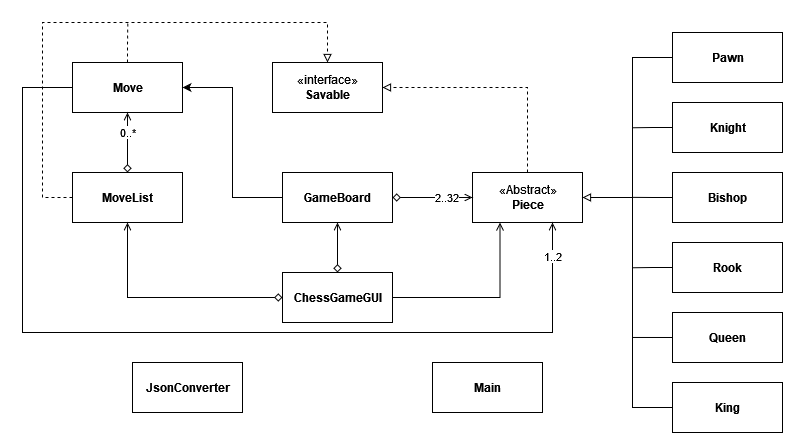
DanielZhang199/ChessBoard keeps this draw.io diagram as UML_Design_Diagram.png. Above is the earlier version. Source tidied: cells renumbered, new cells last; positions are measured from the earlier drawing's top-left corner, leaving out a move shared by most shapes.
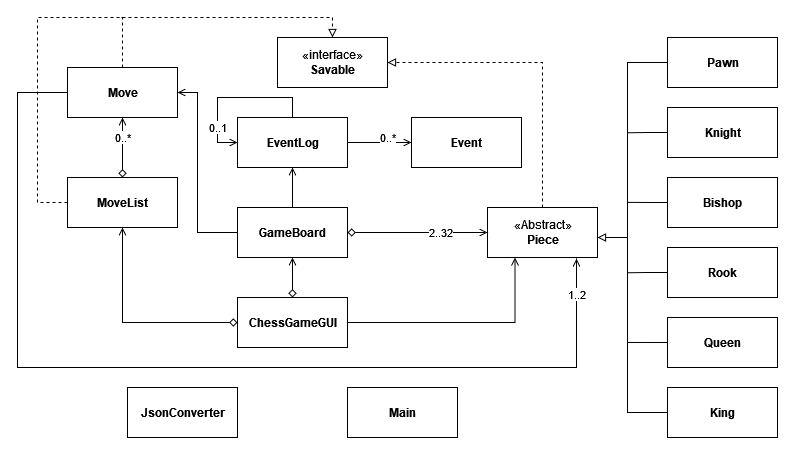
The same file after the commit.

Commit message:
Added comments to Event and EventLog. Updated UML diagram as they were initially omitted (and one of the arrows was slightly different in shape). Fixed issues with checkstyle.

The edit, as a diff of the source:
```diff
@@ -2,21 +2,21 @@
   <root>
     <mxCell id="0" />
     <mxCell id="1" parent="0" />
-    <mxCell id="2" style="edgeStyle=orthogonalEdgeStyle;rounded=0;jettySize=auto;html=1;entryX=1;entryY=0.5;entryDx=0;entryDy=0;startArrow=none;startFill=0;endArrow=block;endFill=0;dashed=1;" parent="1" edge="1" source="3" target="30">
+    <mxCell id="2" style="edgeStyle=orthogonalEdgeStyle;rounded=0;jettySize=auto;html=1;entryX=1;entryY=0.5;entryDx=0;entryDy=0;startArrow=none;startFill=0;endArrow=block;endFill=0;dashed=1;exitX=0.5;exitY=0;exitDx=0;exitDy=0;" parent="1" edge="1" source="3" target="30">
       <mxGeometry relative="1" as="geometry">
         <Array as="points">
-          <mxPoint x="505" y="65" />
+          <mxPoint x="525" y="35" />
         </Array>
       </mxGeometry>
     </mxCell>
     <mxCell id="3" value="&lt;div&gt;«Abstract»&lt;b&gt;&lt;br&gt;&lt;/b&gt;&lt;/div&gt;&lt;div&gt;&lt;b&gt;Piece&lt;/b&gt;&lt;/div&gt;" style="html=1;" parent="1" vertex="1">
-      <mxGeometry x="450" y="150" width="110" height="50" as="geometry" />
+      <mxGeometry x="470" y="180" width="110" height="50" as="geometry" />
     </mxCell>
     <mxCell id="4" style="edgeStyle=orthogonalEdgeStyle;rounded=0;jettySize=auto;html=1;exitX=0;exitY=0.5;exitDx=0;exitDy=0;startArrow=none;startFill=0;endArrow=block;endFill=0;" parent="1" edge="1" source="5" target="3">
       <mxGeometry relative="1" as="geometry">
         <Array as="points">
           <mxPoint x="610" y="35" />
-          <mxPoint x="610" y="175" />
+          <mxPoint x="610" y="210" />
         </Array>
       </mxGeometry>
     </mxCell>
@@ -68,16 +68,19 @@
     </mxCell>
     <mxCell id="17" style="edgeStyle=orthogonalEdgeStyle;rounded=0;jettySize=auto;html=1;exitX=0.5;exitY=0;exitDx=0;exitDy=0;dashed=1;startArrow=none;startFill=0;endArrow=none;endFill=0;" parent="1" edge="1" source="19">
       <mxGeometry relative="1" as="geometry">
-        <mxPoint x="105.3" as="targetPoint" />
+        <mxPoint x="100" y="-10" as="targetPoint" />
+        <Array as="points">
+          <mxPoint x="105" y="-10" />
+        </Array>
       </mxGeometry>
     </mxCell>
-    <mxCell id="18" value="&lt;div&gt;1..2&lt;/div&gt;" style="edgeStyle=orthogonalEdgeStyle;rounded=0;jettySize=auto;html=1;startArrow=none;startFill=0;endArrow=open;endFill=0;exitX=0;exitY=0.5;exitDx=0;exitDy=0;" parent="1" edge="1" source="19">
+    <mxCell id="18" value="&lt;div&gt;1..2&lt;/div&gt;" style="edgeStyle=orthogonalEdgeStyle;rounded=0;jettySize=auto;html=1;startArrow=none;startFill=0;endArrow=open;endFill=0;exitX=0;exitY=0.5;exitDx=0;exitDy=0;entryX=0.805;entryY=1.023;entryDx=0;entryDy=0;entryPerimeter=0;" parent="1" edge="1" source="19" target="3">
       <mxGeometry x="0.93" relative="1" as="geometry">
-        <mxPoint x="530" y="200" as="targetPoint" />
         <Array as="points">
           <mxPoint y="65" />
-          <mxPoint y="310" />
-          <mxPoint x="530" y="310" />
+          <mxPoint y="340" />
+          <mxPoint x="559" y="340" />
+          <mxPoint x="559" y="231" />
         </Array>
       </mxGeometry>
     </mxCell>
@@ -96,8 +99,8 @@
       <mxGeometry relative="1" as="geometry">
         <Array as="points">
           <mxPoint x="20" y="175" />
-          <mxPoint x="20" />
-          <mxPoint x="305" />
+          <mxPoint x="20" y="-10" />
+          <mxPoint x="315" y="-10" />
         </Array>
       </mxGeometry>
     </mxCell>
@@ -105,7 +108,7 @@
       <mxGeometry x="50" y="150" width="110" height="50" as="geometry" />
     </mxCell>
     <mxCell id="23" value="&lt;b&gt;Main&lt;/b&gt;" style="html=1;" parent="1" vertex="1">
-      <mxGeometry x="410" y="340" width="110" height="50" as="geometry" />
+      <mxGeometry x="330" y="360" width="110" height="50" as="geometry" />
     </mxCell>
     <mxCell id="24" style="edgeStyle=orthogonalEdgeStyle;rounded=0;jettySize=auto;html=1;entryX=0.25;entryY=1;entryDx=0;entryDy=0;startArrow=none;startFill=0;endArrow=open;endFill=0;" parent="1" edge="1" source="27" target="3">
       <mxGeometry relative="1" as="geometry" />
@@ -117,26 +120,46 @@
       <mxGeometry relative="1" as="geometry" />
     </mxCell>
     <mxCell id="27" value="&lt;div&gt;&lt;b&gt;ChessGameGUI&lt;/b&gt;&lt;/div&gt;" style="html=1;" parent="1" vertex="1">
-      <mxGeometry x="260" y="250" width="110" height="50" as="geometry" />
+      <mxGeometry x="220" y="270" width="110" height="50" as="geometry" />
     </mxCell>
-    <mxCell id="28" style="edgeStyle=orthogonalEdgeStyle;rounded=0;jettySize=auto;html=1;exitX=0;exitY=0.5;exitDx=0;exitDy=0;startArrow=none;startFill=0;endArrow=classic;endFill=1;" parent="1" edge="1" source="29">
+    <mxCell id="28" style="edgeStyle=orthogonalEdgeStyle;rounded=0;jettySize=auto;html=1;exitX=0;exitY=0.5;exitDx=0;exitDy=0;startArrow=none;startFill=0;endArrow=open;endFill=0;" parent="1" edge="1" source="29">
       <mxGeometry relative="1" as="geometry">
         <mxPoint x="160" y="65" as="targetPoint" />
         <Array as="points">
-          <mxPoint x="210" y="175" />
-          <mxPoint x="210" y="65" />
-          <mxPoint x="160" y="65" />
+          <mxPoint x="180" y="205" />
+          <mxPoint x="180" y="65" />
         </Array>
       </mxGeometry>
     </mxCell>
+    <mxCell id="32" style="edgeStyle=orthogonalEdgeStyle;rounded=0;jettySize=auto;html=1;exitX=0.5;exitY=0;exitDx=0;exitDy=0;entryX=0.5;entryY=1;entryDx=0;entryDy=0;endArrow=open;endFill=0;" parent="1" edge="1" source="29" target="34">
+      <mxGeometry relative="1" as="geometry" />
+    </mxCell>
     <mxCell id="29" value="GameBoard" style="html=1;fontStyle=1;" parent="1" vertex="1">
-      <mxGeometry x="260" y="150" width="110" height="50" as="geometry" />
+      <mxGeometry x="220" y="180" width="110" height="50" as="geometry" />
     </mxCell>
     <mxCell id="30" value="&lt;div&gt;«interface»&lt;b&gt;&lt;br&gt;&lt;/b&gt;&lt;/div&gt;&lt;div&gt;&lt;b&gt;Savable&lt;/b&gt;&lt;/div&gt;" style="html=1;" parent="1" vertex="1">
-      <mxGeometry x="250" y="40" width="110" height="50" as="geometry" />
+      <mxGeometry x="260" y="10" width="110" height="50" as="geometry" />
     </mxCell>
     <mxCell id="31" value="&lt;div&gt;&lt;b&gt;JsonConverter&lt;/b&gt;&lt;/div&gt;" style="html=1;" parent="1" vertex="1">
-      <mxGeometry x="110" y="340" width="110" height="50" as="geometry" />
+      <mxGeometry x="110" y="360" width="110" height="50" as="geometry" />
     </mxCell>
+    <mxCell id="33" value="0..*" style="edgeStyle=orthogonalEdgeStyle;rounded=0;jettySize=auto;html=1;exitX=1;exitY=0.5;exitDx=0;exitDy=0;entryX=0;entryY=0.5;entryDx=0;entryDy=0;endArrow=open;endFill=0;" parent="1" edge="1" source="34" target="35">
+      <mxGeometry x="0.25" y="5" relative="1" as="geometry" />
+    </mxCell>
+    <mxCell id="34" value="&lt;b&gt;EventLog&lt;/b&gt;" style="html=1;" parent="1" vertex="1">
+      <mxGeometry x="220" y="90" width="110" height="50" as="geometry" />
+    </mxCell>
+    <mxCell id="35" value="&lt;b&gt;Event&lt;/b&gt;" style="html=1;" parent="1" vertex="1">
+      <mxGeometry x="394" y="90" width="110" height="50" as="geometry" />
+    </mxCell>
+    <mxCell id="36" value="0..1" style="edgeStyle=orthogonalEdgeStyle;rounded=0;orthogonalLoop=1;jettySize=auto;html=1;entryX=0;entryY=0.5;entryDx=0;entryDy=0;endArrow=open;endFill=0;" parent="1" edge="1" source="34" target="34">
+      <mxGeometry x="0.56" relative="1" as="geometry">
+        <Array as="points">
+          <mxPoint x="275" y="70" />
+          <mxPoint x="200" y="70" />
+          <mxPoint x="200" y="115" />
+        </Array>
+      </mxGeometry>
+    </mxCell>
   </root>
 </mxGraphModel>
```
